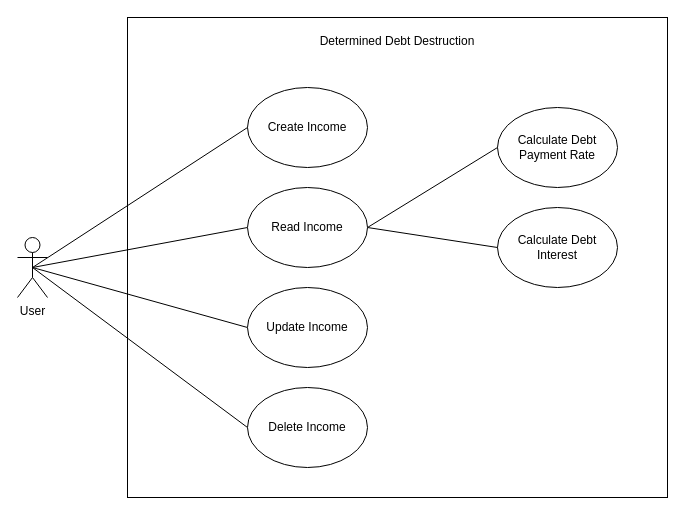
This is Use Case Diagram - Income.drawio from PatrickMcDougle/CSE682-Software-Engineering-Project, a draw.io file, before an edit. Source tidied: cells renumbered, new cells numbered last; positions are measured from the earlier drawing's top-left corner, leaving out a move shared by most shapes. Both pictures are drawn from the tidied source at 100%, with x=0, y=0 at pixel (17, 17).
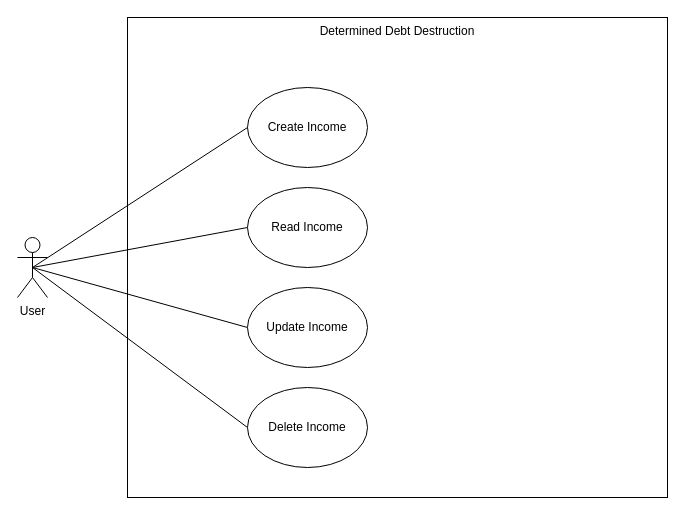
After the change.

What changed in the source:
```diff
@@
 <mxGraphModel>
   <root>
     <mxCell id="0" />
     <mxCell id="1" parent="0" />
-    <mxCell id="2" value="Determined Debt Destruction&lt;br&gt;&lt;br&gt;&lt;br&gt;&lt;br&gt;&lt;br&gt;&lt;br&gt;&lt;br&gt;&lt;br&gt;&lt;br&gt;&lt;br&gt;&lt;br&gt;&lt;br&gt;&lt;br&gt;&lt;br&gt;&lt;br&gt;&lt;br&gt;&lt;br&gt;&lt;br&gt;&lt;br&gt;&lt;br&gt;&lt;br&gt;&lt;br&gt;&lt;br&gt;&lt;br&gt;&lt;br&gt;&lt;br&gt;&lt;br&gt;&lt;br&gt;&lt;br&gt;&lt;br&gt;&lt;br&gt;" style="rounded=0;whiteSpace=wrap;html=1;" parent="1" vertex="1">
+    <mxCell id="2" value="Determined Debt Destruction" style="rounded=0;whiteSpace=wrap;html=1;verticalAlign=top;" parent="1" vertex="1">
       <mxGeometry x="110" width="540" height="480" as="geometry" />
     </mxCell>
     <mxCell id="3" value="User" style="shape=umlActor;verticalLabelPosition=bottom;verticalAlign=top;html=1;outlineConnect=0;" parent="1" vertex="1">
       <mxGeometry y="220" width="30" height="60" as="geometry" />
     </mxCell>
     <mxCell id="4" value="Create Income" style="ellipse;whiteSpace=wrap;html=1;" parent="1" vertex="1">
       <mxGeometry x="230" y="70" width="120" height="80" as="geometry" />
     </mxCell>
-    <mxCell id="5" value="Calculate Debt Payment Rate" style="ellipse;whiteSpace=wrap;html=1;" parent="1" vertex="1">
-      <mxGeometry x="480" y="90" width="120" height="80" as="geometry" />
-    </mxCell>
-    <mxCell id="6" value="Calculate Debt Interest" style="ellipse;whiteSpace=wrap;html=1;" parent="1" vertex="1">
-      <mxGeometry x="480" y="190" width="120" height="80" as="geometry" />
-    </mxCell>
-    <mxCell id="7" style="endArrow=none;html=1;exitX=1;exitY=0.5;exitDx=0;exitDy=0;entryX=0;entryY=0.5;entryDx=0;entryDy=0;" parent="1" edge="1" source="13" target="5">
-      <mxGeometry relative="1" as="geometry" />
-    </mxCell>
-    <mxCell id="8" style="endArrow=none;html=1;exitX=1;exitY=0.5;exitDx=0;exitDy=0;entryX=0;entryY=0.5;entryDx=0;entryDy=0;" parent="1" edge="1" source="13" target="6">
-      <mxGeometry relative="1" as="geometry" />
-    </mxCell>
     <mxCell id="9" style="endArrow=none;html=1;exitX=0.5;exitY=0.5;exitDx=0;exitDy=0;exitPerimeter=0;entryX=0;entryY=0.5;entryDx=0;entryDy=0;" parent="1" edge="1" source="3" target="4">
       <mxGeometry relative="1" as="geometry" />
     </mxCell>
     <mxCell id="10" style="endArrow=none;html=1;exitX=0.5;exitY=0.5;exitDx=0;exitDy=0;exitPerimeter=0;entryX=0;entryY=0.5;entryDx=0;entryDy=0;" parent="1" edge="1" source="3" target="13">
       <mxGeometry relative="1" as="geometry" />
     </mxCell>
     <mxCell id="11" style="endArrow=none;html=1;exitX=0.5;exitY=0.5;exitDx=0;exitDy=0;exitPerimeter=0;entryX=0;entryY=0.5;entryDx=0;entryDy=0;" parent="1" edge="1" source="3" target="14">
       <mxGeometry relative="1" as="geometry" />
     </mxCell>
     <mxCell id="12" style="endArrow=none;html=1;exitX=0.5;exitY=0.5;exitDx=0;exitDy=0;exitPerimeter=0;entryX=0;entryY=0.5;entryDx=0;entryDy=0;" parent="1" edge="1" source="3" target="15">
       <mxGeometry relative="1" as="geometry" />
     </mxCell>
     <mxCell id="13" value="Read Income" style="ellipse;whiteSpace=wrap;html=1;" parent="1" vertex="1">
       <mxGeometry x="230" y="170" width="120" height="80" as="geometry" />
     </mxCell>
     <mxCell id="14" value="Update Income" style="ellipse;whiteSpace=wrap;html=1;" parent="1" vertex="1">
       <mxGeometry x="230" y="270" width="120" height="80" as="geometry" />
     </mxCell>
     <mxCell id="15" value="Delete Income" style="ellipse;whiteSpace=wrap;html=1;" parent="1" vertex="1">
       <mxGeometry x="230" y="370" width="120" height="80" as="geometry" />
     </mxCell>
   </root>
 </mxGraphModel>
```
